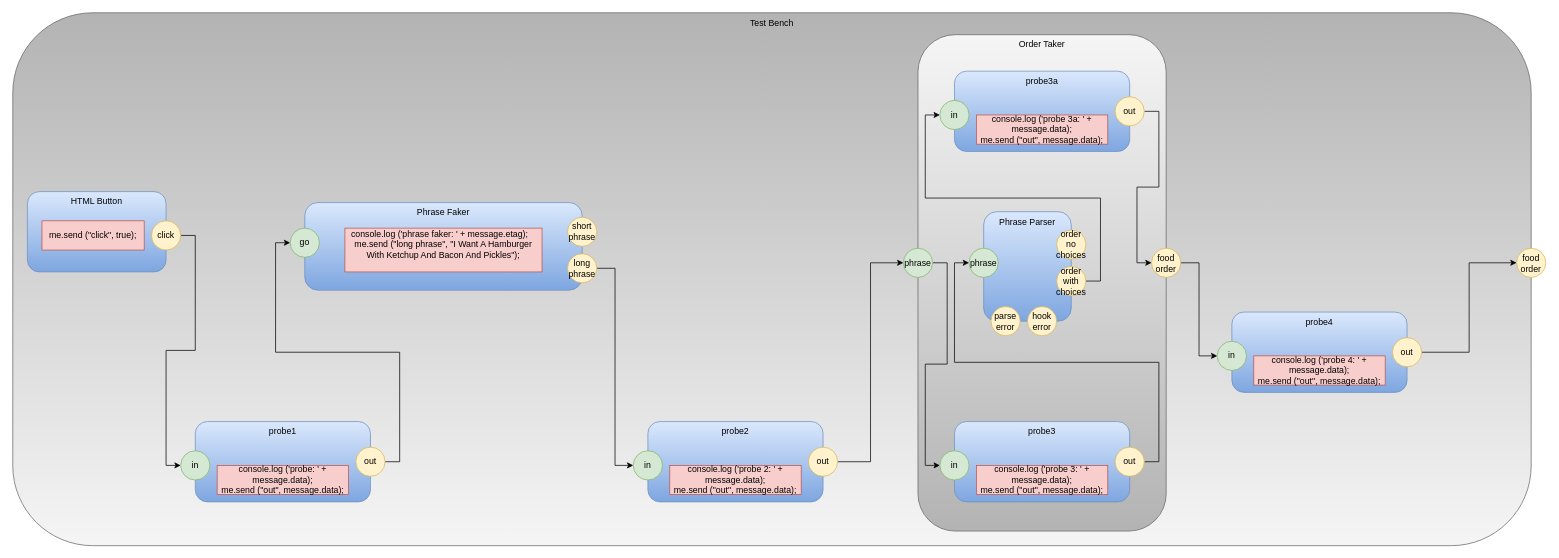
Before: testbenchdb.drawio in guitarvydas/das2json, a draw.io diagram. Source tidied: cells renumbered, new cells numbered last; positions are measured from the earlier drawing's top-left corner, leaving out a move shared by most shapes. Both pictures are drawn from the tidied source at 73%, with x=0, y=0 at pixel (12, 12).
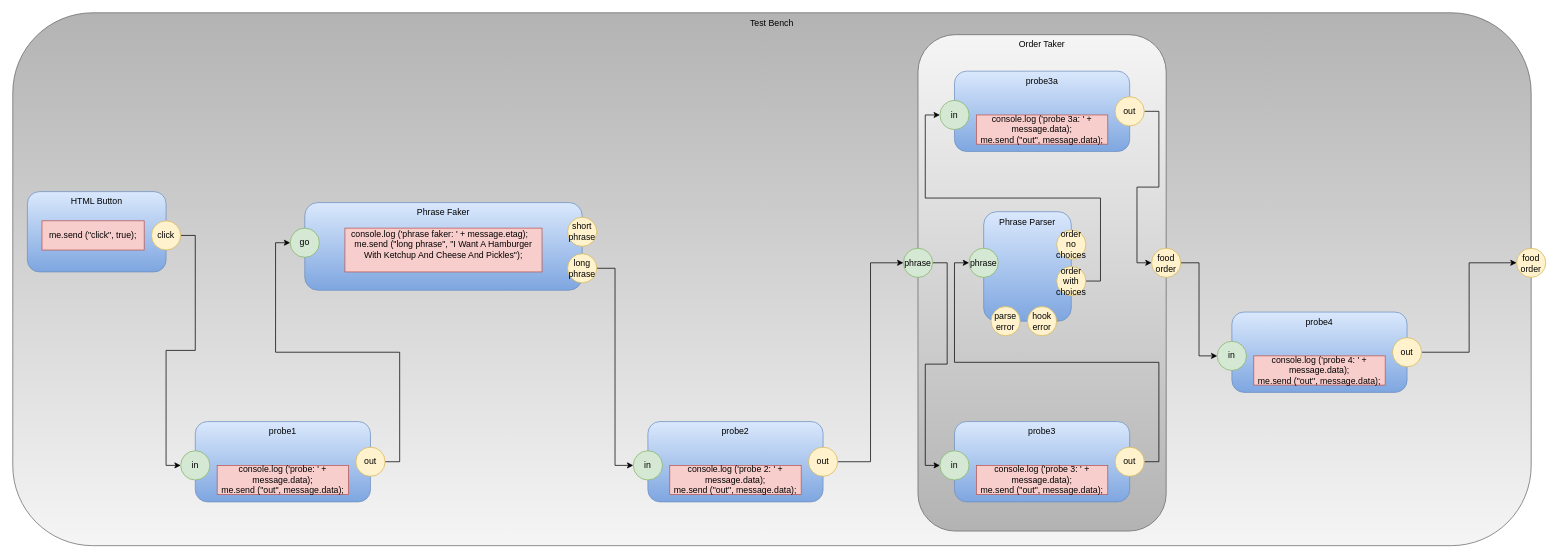
After the change.

Diff of the diagram source:
```diff
@@
-    <mxCell id="17" value="&lt;div&gt;console.log ('phrase faker: ' + message.etag);&amp;nbsp; &amp;nbsp; me.send (&quot;long phrase&quot;, &quot;I Want A Hamburger With Ketchup And Bacon And Pickles&quot;);&lt;/div&gt;&lt;div&gt;&lt;br&gt;&lt;/div&gt;" style="rounded=0;whiteSpace=wrap;html=1;fillColor=#f8cecc;strokeColor=#b85450;" parent="1" vertex="1">
+    <mxCell id="17" value="&lt;div&gt;console.log ('phrase faker: ' + message.etag);&amp;nbsp; &amp;nbsp; me.send (&quot;long phrase&quot;, &quot;I Want A Hamburger With Ketchup And Cheese And Pickles&quot;);&lt;/div&gt;&lt;div&gt;&lt;br&gt;&lt;/div&gt;" style="rounded=0;whiteSpace=wrap;html=1;fillColor=#f8cecc;strokeColor=#b85450;" parent="1" vertex="1">
       <mxGeometry x="455" y="295" width="270" height="60" as="geometry" />
     </mxCell>
```
